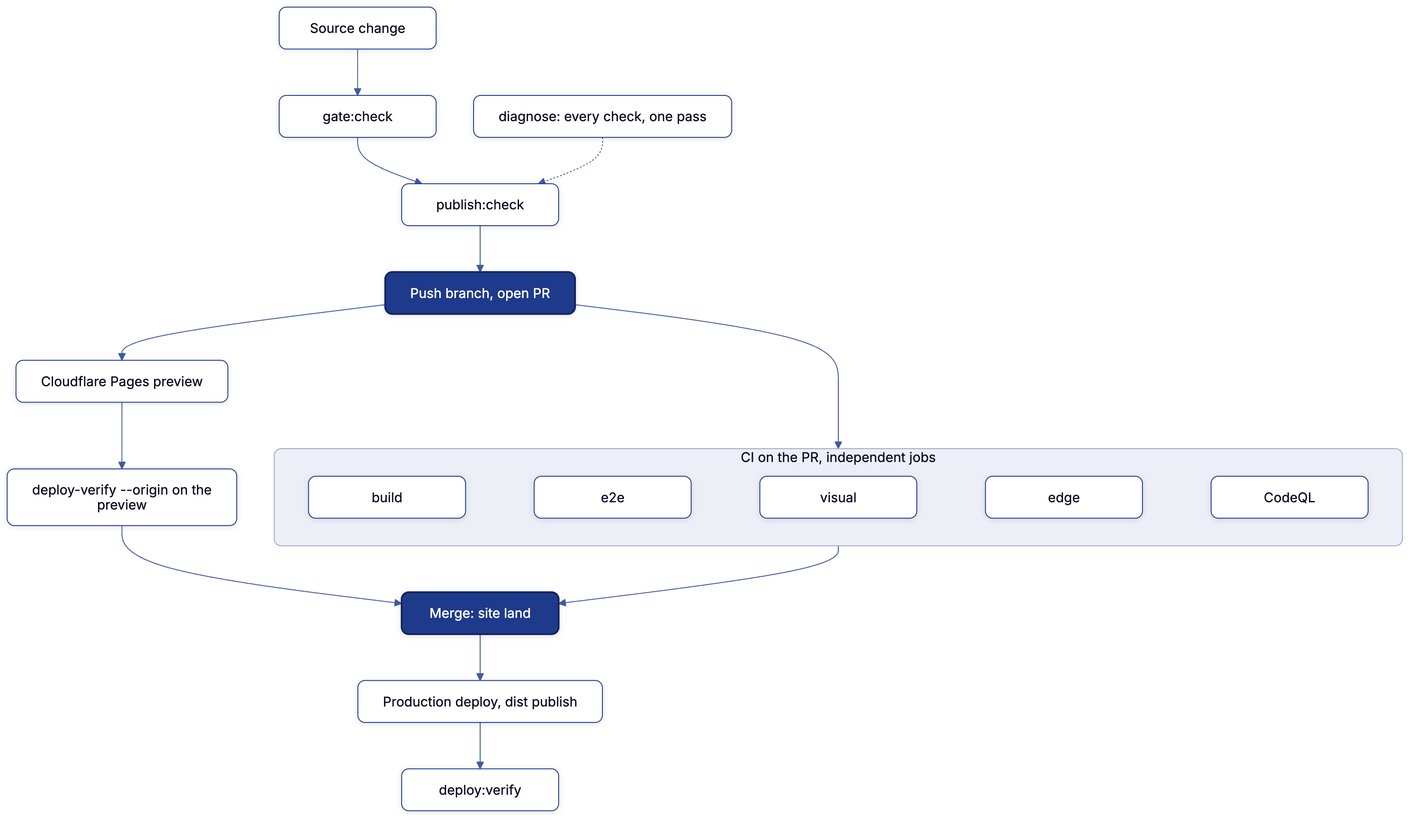
joeseverino/jseverino.com keeps this Mermaid diagram as docs/diagrams/validation-flow.png. Above is the earlier version. Its source is kept beside it as docs/diagrams/validation-flow.mmd.
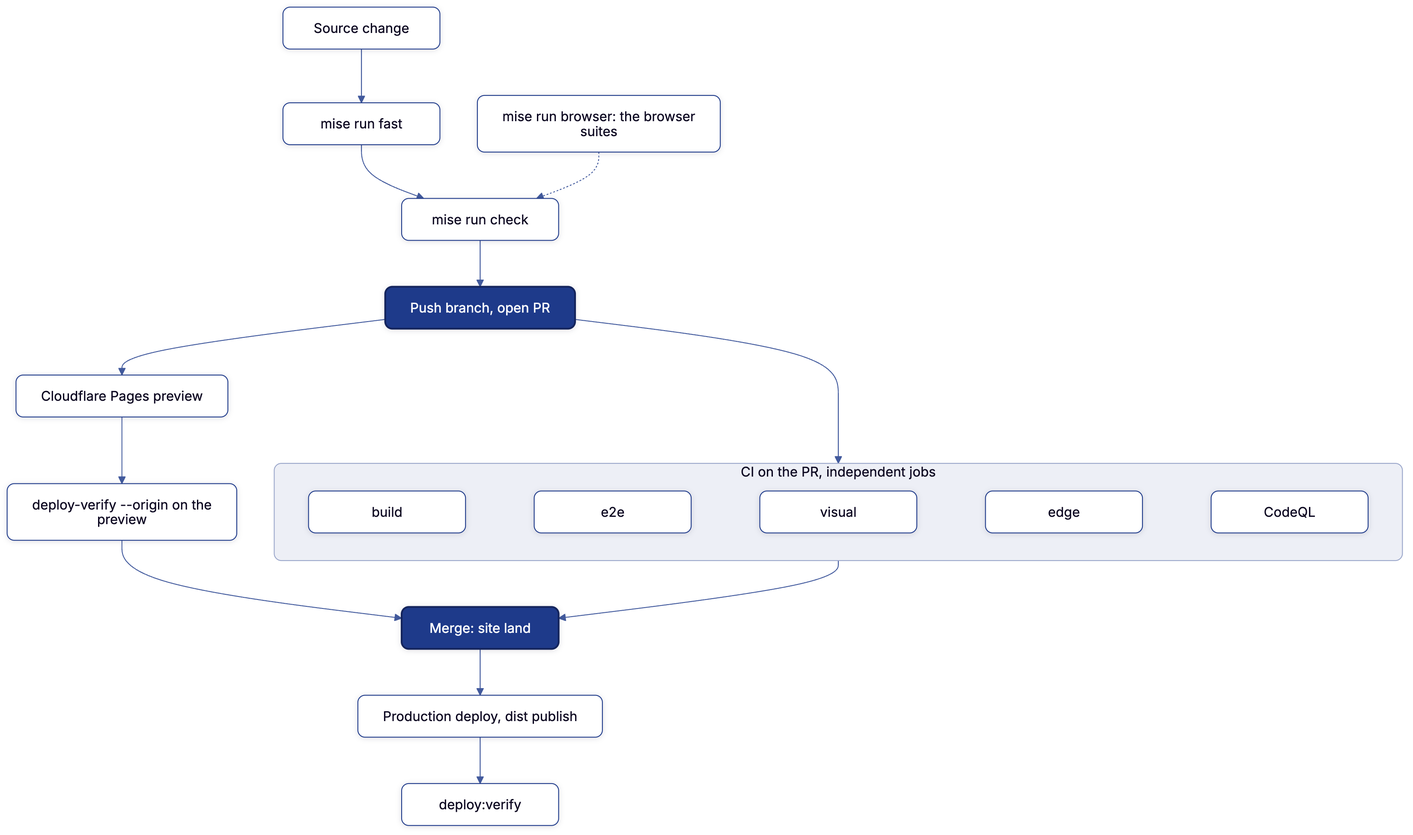
Above is the later version.

The edit, as a diff of the source:
```diff
@@ -1,7 +1,7 @@
 %%{init: { "htmlLabels": false } }%%
 flowchart TB
-    A["Source change"] --> B["gate:check"] --> C["publish:check"] --> D["Push branch, open PR"]
-    G["diagnose: every check, one pass"] -.-> C
+    A["Source change"] --> B["mise run fast"] --> C["mise run check"] --> D["Push branch, open PR"]
+    G["mise run browser: the browser suites"] -.-> C
     D --> CI
     D --> P["Cloudflare Pages preview"] --> V["deploy-verify --origin on the preview"]
     CI --> M["Merge: site land"]
```
